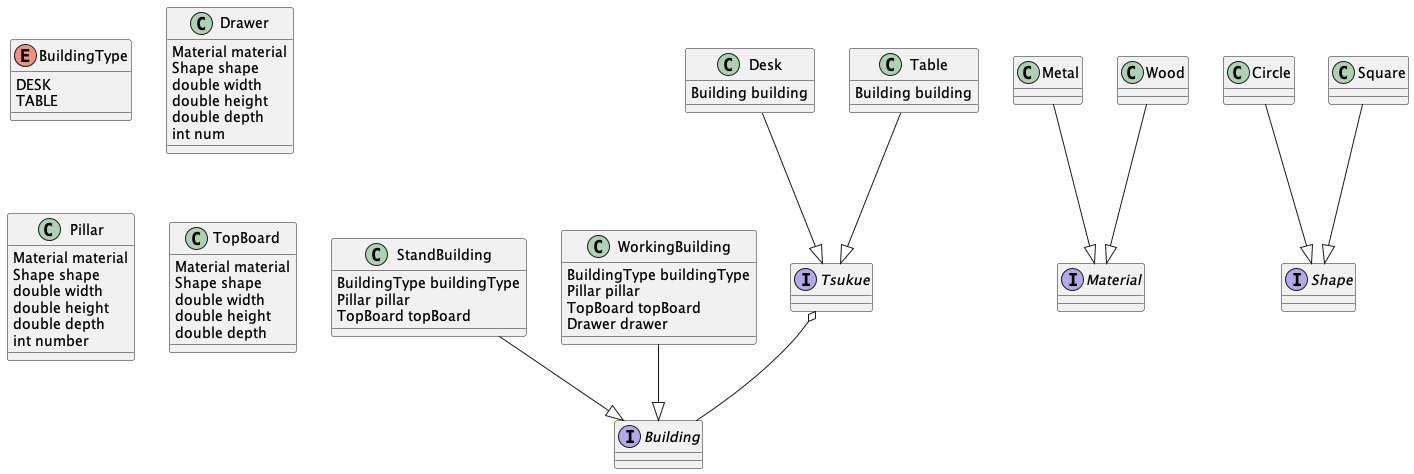
Above: tsukue.png in aki-moon/yrCamp-modeling-study (PlantUML), before the change. Source of this version:
```plantuml
@startuml

interface Building
interface Material
interface Shape
enum BuildingType {
  DESK
  TABLE
}
class Circle
class Drawer {
  Material material
  Shape shape
  double width
  double height
  double depth
  int num
}
class Metal
class Pillar {
  Material material
  Shape shape
  double width
  double height
  double depth
  int number
}
class Square
class StandBuilding {
  BuildingType buildingType
  Pillar pillar
  TopBoard topBoard
}
class TopBoard {
  Material material
  Shape shape
  double width
  double height
  double depth
}
class Wood
class WorkingBuilding {
  BuildingType buildingType
  Pillar pillar
  TopBoard topBoard
  Drawer drawer
}
interface Tsukue
class Desk {
  Building building
}
class Table {
  Building building
}

Metal --|> Material
Wood --|> Material
Circle --|> Shape
Square --|> Shape
StandBuilding --|> Building
WorkingBuilding --|> Building
Desk --|> Tsukue
Table --|> Tsukue
Tsukue o-- Building

@enduml
```
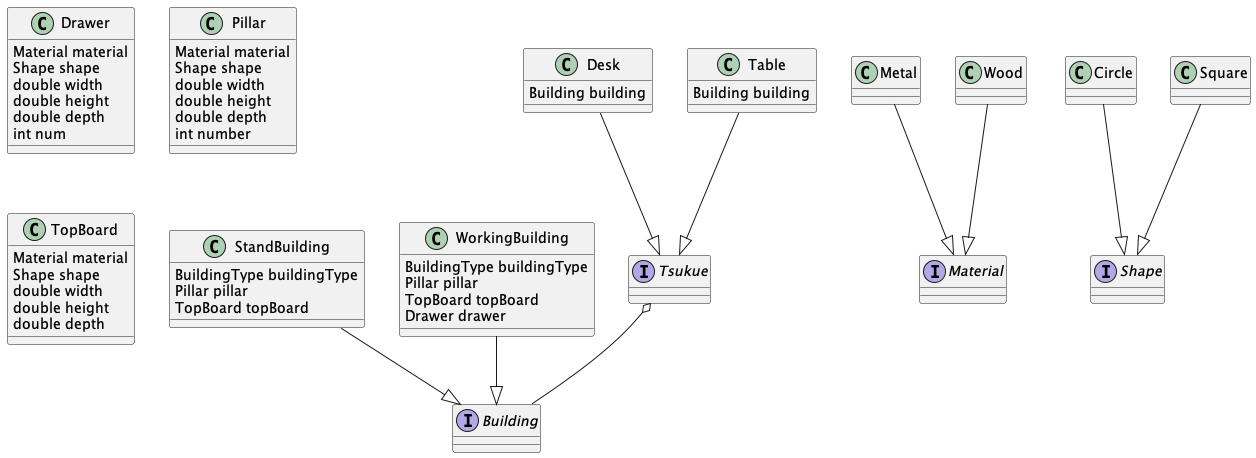
The same diagram one commit later.

Commit message:
机のクラス図で不要なクラスが含まれていたので削除

The edit, as a diff of the source:
```diff
@@ -3,10 +3,6 @@
 interface Building
 interface Material
 interface Shape
-enum BuildingType {
-  DESK
-  TABLE
-}
 class Circle
 class Drawer {
   Material material
```
